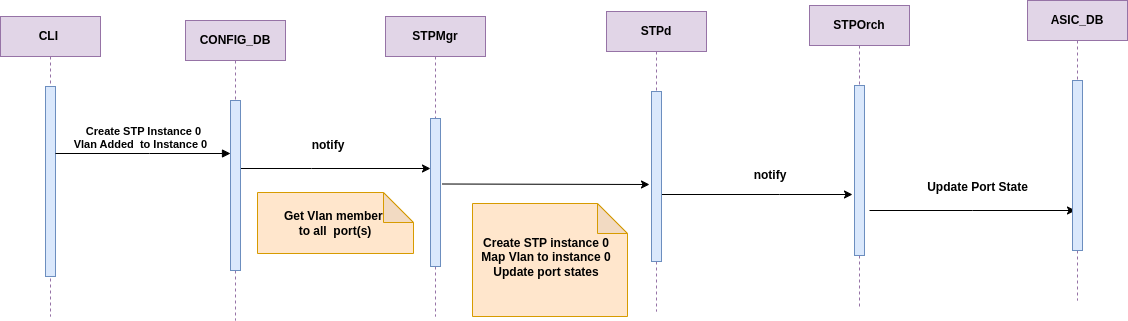
This is doc/MSTP/images/MSTP_Add_InstanceVlan.drawio.png from sonic-net/SONiC, a draw.io export, as it was before one commit. Source tidied: cells renumbered, new cells last; positions are measured from the earlier drawing's top-left corner, leaving out a move shared by most shapes.
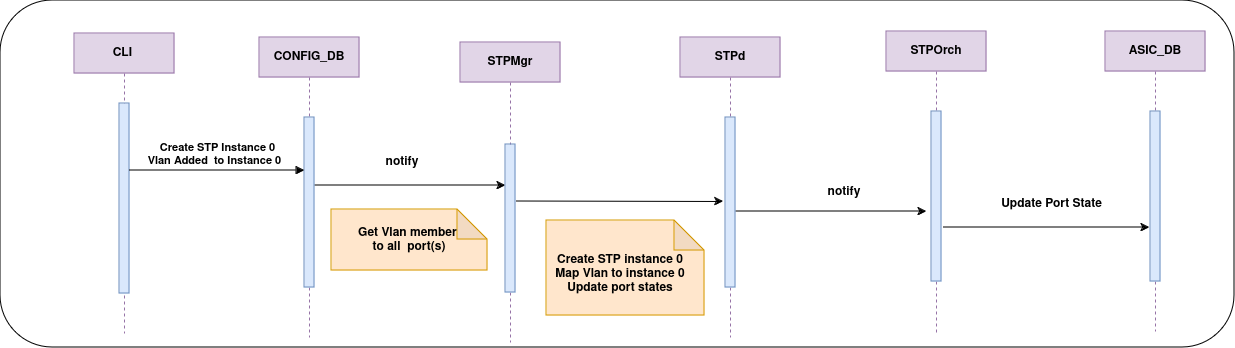
After the change.

Change to the diagram source:
```diff
@@ -2,6 +2,9 @@
   <root>
     <mxCell id="0" />
     <mxCell id="1" parent="0" />
+    <mxCell id="25" style="rounded=1;whiteSpace=wrap;html=1;" parent="1" vertex="1">
+      <mxGeometry x="-74" y="-17" width="1234" height="347" as="geometry" />
+    </mxCell>
     <mxCell id="2" value="CLI&amp;nbsp;" style="shape=umlLifeline;perimeter=lifelinePerimeter;whiteSpace=wrap;html=1;newEdgeStyle={&quot;edgeStyle&quot;:&quot;elbowEdgeStyle&quot;,&quot;elbow&quot;:&quot;vertical&quot;,&quot;curved&quot;:0,&quot;rounded&quot;:0};fillColor=#e1d5e7;strokeColor=#9673a6;fontStyle=1;" parent="1" vertex="1">
       <mxGeometry y="16" width="100" height="300" as="geometry" />
     </mxCell>
@@ -38,7 +41,7 @@
       </mxGeometry>
     </mxCell>
     <mxCell id="9" value="STPMgr" style="shape=umlLifeline;perimeter=lifelinePerimeter;whiteSpace=wrap;html=1;newEdgeStyle={&quot;edgeStyle&quot;:&quot;elbowEdgeStyle&quot;,&quot;elbow&quot;:&quot;vertical&quot;,&quot;curved&quot;:0,&quot;rounded&quot;:0};fillColor=#e1d5e7;strokeColor=#9673a6;fontStyle=1;" parent="1" vertex="1">
-      <mxGeometry x="385" y="16" width="100" height="300" as="geometry" />
+      <mxGeometry x="386" y="25" width="100" height="300" as="geometry" />
     </mxCell>
     <mxCell id="10" style="html=1;points=[];perimeter=orthogonalPerimeter;outlineConnect=0;targetShapes=umlLifeline;portConstraint=eastwest;newEdgeStyle={&quot;edgeStyle&quot;:&quot;elbowEdgeStyle&quot;,&quot;elbow&quot;:&quot;vertical&quot;,&quot;curved&quot;:0,&quot;rounded&quot;:0};fillColor=#dae8fc;strokeColor=#6c8ebf;fontStyle=1;" parent="9" vertex="1">
       <mxGeometry x="45" y="102" width="10" height="148" as="geometry" />
@@ -49,7 +52,7 @@
       </mxGeometry>
     </mxCell>
     <mxCell id="12" value="STPd" style="shape=umlLifeline;perimeter=lifelinePerimeter;whiteSpace=wrap;html=1;outlineConnect=0;portConstraint=eastwest;newEdgeStyle={&quot;edgeStyle&quot;:&quot;elbowEdgeStyle&quot;,&quot;elbow&quot;:&quot;vertical&quot;,&quot;curved&quot;:0,&quot;rounded&quot;:0};fillColor=#e1d5e7;strokeColor=#9673a6;fontStyle=1;" parent="1" vertex="1">
-      <mxGeometry x="606" y="11" width="100" height="300" as="geometry" />
+      <mxGeometry x="606" y="20" width="100" height="300" as="geometry" />
     </mxCell>
     <mxCell id="13" style="html=1;perimeter=orthogonalPerimeter;targetShapes=umlLifeline;newEdgeStyle={&quot;edgeStyle&quot;:&quot;elbowEdgeStyle&quot;,&quot;elbow&quot;:&quot;vertical&quot;,&quot;curved&quot;:0,&quot;rounded&quot;:0};fillColor=#dae8fc;strokeColor=#6c8ebf;fontStyle=1;" parent="12" vertex="1">
       <mxGeometry x="45" y="80" width="10" height="170" as="geometry" />
@@ -61,13 +64,13 @@
       </mxGeometry>
     </mxCell>
     <mxCell id="15" value="STPOrch" style="shape=umlLifeline;perimeter=lifelinePerimeter;whiteSpace=wrap;html=1;newEdgeStyle={&quot;edgeStyle&quot;:&quot;elbowEdgeStyle&quot;,&quot;elbow&quot;:&quot;vertical&quot;,&quot;curved&quot;:0,&quot;rounded&quot;:0};fillColor=#e1d5e7;strokeColor=#9673a6;fontStyle=1;" parent="1" vertex="1">
-      <mxGeometry x="809" y="5" width="100" height="302" as="geometry" />
+      <mxGeometry x="812" y="14" width="100" height="302" as="geometry" />
     </mxCell>
     <mxCell id="16" style="html=1;perimeter=orthogonalPerimeter;targetShapes=umlLifeline;newEdgeStyle={&quot;edgeStyle&quot;:&quot;elbowEdgeStyle&quot;,&quot;elbow&quot;:&quot;vertical&quot;,&quot;curved&quot;:0,&quot;rounded&quot;:0};fillColor=#dae8fc;strokeColor=#6c8ebf;fontStyle=1;" parent="15" vertex="1">
       <mxGeometry x="45" y="80" width="10" height="170" as="geometry" />
     </mxCell>
     <mxCell id="17" value="ASIC_DB" style="shape=umlLifeline;perimeter=lifelinePerimeter;whiteSpace=wrap;html=1;newEdgeStyle={&quot;edgeStyle&quot;:&quot;elbowEdgeStyle&quot;,&quot;elbow&quot;:&quot;vertical&quot;,&quot;curved&quot;:0,&quot;rounded&quot;:0};fillColor=#e1d5e7;strokeColor=#9673a6;fontStyle=1;" parent="1" vertex="1">
-      <mxGeometry x="1027" width="100" height="300" as="geometry" />
+      <mxGeometry x="1031" y="14" width="100" height="300" as="geometry" />
     </mxCell>
     <mxCell id="18" style="html=1;perimeter=orthogonalPerimeter;targetShapes=umlLifeline;newEdgeStyle={&quot;edgeStyle&quot;:&quot;elbowEdgeStyle&quot;,&quot;elbow&quot;:&quot;vertical&quot;,&quot;curved&quot;:0,&quot;rounded&quot;:0};fillColor=#dae8fc;strokeColor=#6c8ebf;fontStyle=1;" parent="17" vertex="1">
       <mxGeometry x="45" y="80" width="10" height="170" as="geometry" />
@@ -85,7 +88,7 @@
       <mxGeometry x="257" y="192" width="156" height="61" as="geometry" />
     </mxCell>
     <mxCell id="23" style="shape=note;whiteSpace=wrap;html=1;backgroundOutline=1;darkOpacity=0.05;fontStyle=1;fillColor=#ffe6cc;strokeColor=#d79b00;" parent="1" vertex="1">
-      <mxGeometry x="472" y="203" width="155" height="113" as="geometry" />
+      <mxGeometry x="472" y="203" width="158" height="95" as="geometry" />
     </mxCell>
     <mxCell id="24" value="&lt;span style=&quot;font-weight: 700;&quot;&gt;Create STP instance 0&lt;/span&gt;&lt;div&gt;&lt;div style=&quot;font-weight: 700;&quot;&gt;Map Vlan to instance 0&lt;/div&gt;&lt;/div&gt;&lt;div&gt;&lt;span style=&quot;font-weight: 700;&quot;&gt;Update port states&lt;/span&gt;&lt;br&gt;&lt;/div&gt;" style="text;html=1;align=center;verticalAlign=middle;whiteSpace=wrap;rounded=0;" parent="1" vertex="1">
       <mxGeometry x="478" y="242" width="136" height="30" as="geometry" />
```
